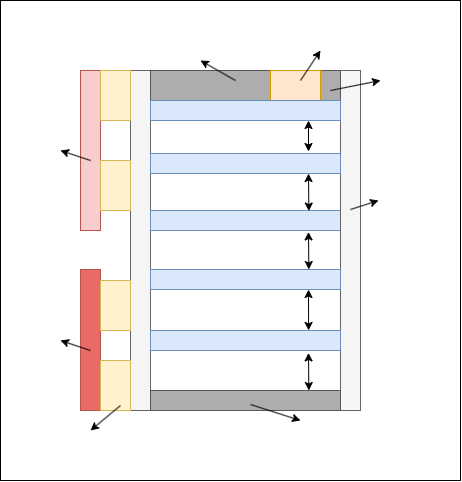
This is honeycomb_paper_kunci_elektrik_menkongqi.png from rfih/Doorframe, a draw.io export, as it was before one commit. Source tidied: cells renumbered, new cells last; positions are measured from the earlier drawing's top-left corner, leaving out a move shared by most shapes.
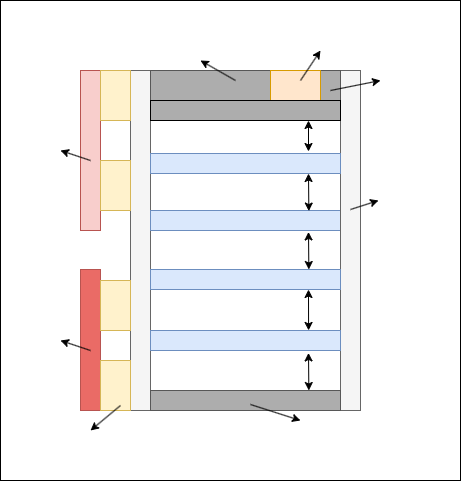
Later version of the same file.

Change to the diagram source:
```diff
@@ -101,7 +101,7 @@
         <mxPoint x="380" y="80" as="targetPoint" />
       </mxGeometry>
     </mxCell>
-    <mxCell id="27" style="rounded=0;whiteSpace=wrap;html=1;fillColor=#dae8fc;strokeColor=#6c8ebf;" parent="1" vertex="1">
+    <mxCell id="27" style="rounded=0;whiteSpace=wrap;html=1;fillColor=#ADADAD;strokeColor=#000000;" parent="1" vertex="1">
       <mxGeometry x="150" y="100" width="190" height="20" as="geometry" />
     </mxCell>
     <mxCell id="28" style="endArrow=classic;startArrow=classic;html=1;rounded=0;exitX=0.886;exitY=-0.022;exitDx=0;exitDy=0;exitPerimeter=0;" parent="1" edge="1">
```
